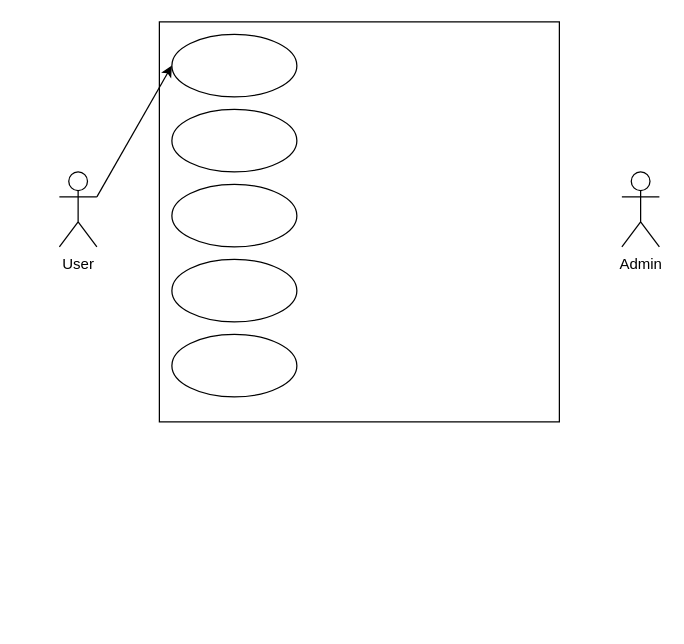
Earlier version of the draw.io diagram usecare.drawio (CaoKienHuu2004/PRO1014_MyT). Source tidied: cells renumbered, new cells numbered last; positions are measured from the earlier drawing's top-left corner, leaving out a move shared by most shapes. Both pictures are drawn from the tidied source at 125%, with x=0, y=0 at pixel (59, 21).
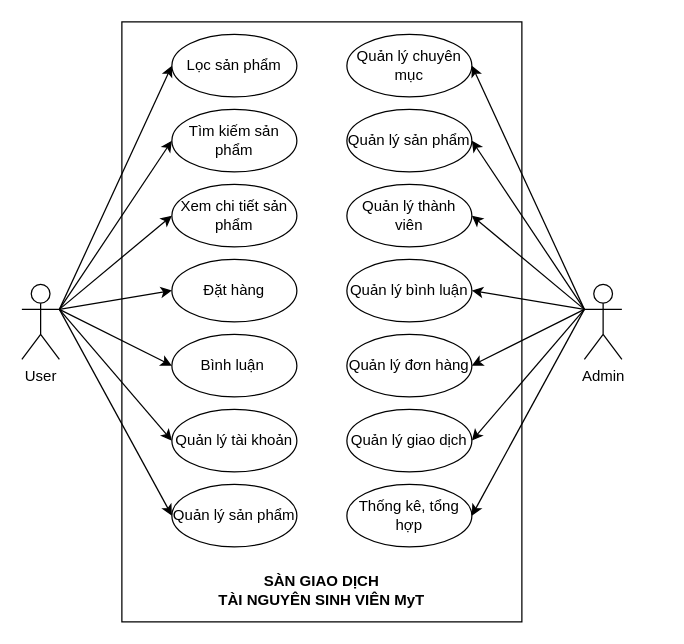
The same diagram, later.

What changed in the source:
```diff
@@
-    <mxCell id="2" style="whiteSpace=wrap;html=1;" parent="1" vertex="1">
-      <mxGeometry x="80" width="320" height="320" as="geometry" />
-    </mxCell>
-    <mxCell id="3" value="Admin" style="shape=umlActor;verticalLabelPosition=bottom;verticalAlign=top;html=1;outlineConnect=0;" parent="1" vertex="1">
-      <mxGeometry x="450" y="120" width="30" height="60" as="geometry" />
-    </mxCell>
+    <mxCell id="11" style="rounded=0;whiteSpace=wrap;html=1;" parent="1" vertex="1">
+      <mxGeometry x="50" width="320" height="480" as="geometry" />
+    </mxCell>
     <mxCell id="4" value="User" style="shape=umlActor;verticalLabelPosition=bottom;verticalAlign=top;html=1;outlineConnect=0;" parent="1" vertex="1">
-      <mxGeometry y="120" width="30" height="60" as="geometry" />
+      <mxGeometry x="-30" y="210" width="30" height="60" as="geometry" />
     </mxCell>
-    <mxCell id="5" style="ellipse;whiteSpace=wrap;html=1;" parent="1" vertex="1">
+    <mxCell id="5" value="Lọc sản phẩm" style="ellipse;whiteSpace=wrap;html=1;" parent="1" vertex="1">
       <mxGeometry x="90" y="10" width="100" height="50" as="geometry" />
     </mxCell>
-    <mxCell id="6" style="ellipse;whiteSpace=wrap;html=1;" parent="1" vertex="1">
+    <mxCell id="6" value="Tìm kiếm sản phẩm" style="ellipse;whiteSpace=wrap;html=1;" parent="1" vertex="1">
       <mxGeometry x="90" y="70" width="100" height="50" as="geometry" />
     </mxCell>
-    <mxCell id="7" style="ellipse;whiteSpace=wrap;html=1;" parent="1" vertex="1">
+    <mxCell id="7" value="Xem chi tiết sản phẩm" style="ellipse;whiteSpace=wrap;html=1;" parent="1" vertex="1">
       <mxGeometry x="90" y="130" width="100" height="50" as="geometry" />
     </mxCell>
-    <mxCell id="8" style="ellipse;whiteSpace=wrap;html=1;" parent="1" vertex="1">
+    <mxCell id="8" value="Đặt hàng" style="ellipse;whiteSpace=wrap;html=1;" parent="1" vertex="1">
       <mxGeometry x="90" y="190" width="100" height="50" as="geometry" />
     </mxCell>
-    <mxCell id="9" style="ellipse;whiteSpace=wrap;html=1;" parent="1" vertex="1">
+    <mxCell id="9" value="Bình luận&lt;span style=&quot;white-space: pre;&quot;&gt;&#9;&lt;/span&gt;" style="ellipse;whiteSpace=wrap;html=1;" parent="1" vertex="1">
       <mxGeometry x="90" y="250" width="100" height="50" as="geometry" />
     </mxCell>
@@
+    <mxCell id="12" style="endArrow=classic;html=1;rounded=0;exitX=1;exitY=0.3333333333333333;exitDx=0;exitDy=0;exitPerimeter=0;entryX=0;entryY=0.5;entryDx=0;entryDy=0;" parent="1" edge="1" source="4" target="6">
+      <mxGeometry relative="1" as="geometry" />
+    </mxCell>
+    <mxCell id="13" style="endArrow=classic;html=1;rounded=0;exitX=1;exitY=0.3333333333333333;exitDx=0;exitDy=0;exitPerimeter=0;entryX=0;entryY=0.5;entryDx=0;entryDy=0;" parent="1" edge="1" source="4" target="7">
+      <mxGeometry relative="1" as="geometry" />
+    </mxCell>
+    <mxCell id="14" style="endArrow=classic;html=1;rounded=0;exitX=1;exitY=0.3333333333333333;exitDx=0;exitDy=0;exitPerimeter=0;entryX=0;entryY=0.5;entryDx=0;entryDy=0;" parent="1" edge="1" source="4" target="8">
+      <mxGeometry relative="1" as="geometry" />
+    </mxCell>
+    <mxCell id="15" style="endArrow=classic;html=1;rounded=0;exitX=1;exitY=0.3333333333333333;exitDx=0;exitDy=0;exitPerimeter=0;entryX=0;entryY=0.5;entryDx=0;entryDy=0;" parent="1" edge="1" source="4" target="9">
+      <mxGeometry relative="1" as="geometry" />
+    </mxCell>
+    <mxCell id="16" value="Quản lý tài khoản" style="ellipse;whiteSpace=wrap;html=1;" parent="1" vertex="1">
+      <mxGeometry x="90" y="310" width="100" height="50" as="geometry" />
+    </mxCell>
+    <mxCell id="17" style="endArrow=classic;html=1;rounded=0;exitX=1;exitY=0.3333333333333333;exitDx=0;exitDy=0;exitPerimeter=0;entryX=0;entryY=0.5;entryDx=0;entryDy=0;" parent="1" edge="1" source="4" target="16">
+      <mxGeometry relative="1" as="geometry" />
+    </mxCell>
+    <mxCell id="18" value="Quản lý sản phẩm" style="ellipse;whiteSpace=wrap;html=1;" parent="1" vertex="1">
+      <mxGeometry x="90" y="370" width="100" height="50" as="geometry" />
+    </mxCell>
+    <mxCell id="19" style="endArrow=classic;html=1;rounded=0;exitX=1;exitY=0.3333333333333333;exitDx=0;exitDy=0;exitPerimeter=0;entryX=0;entryY=0.5;entryDx=0;entryDy=0;" parent="1" edge="1" source="4" target="18">
+      <mxGeometry relative="1" as="geometry" />
+    </mxCell>
+    <mxCell id="3" value="Admin" style="shape=umlActor;verticalLabelPosition=bottom;verticalAlign=top;html=1;outlineConnect=0;" parent="1" vertex="1">
+      <mxGeometry x="420" y="210" width="30" height="60" as="geometry" />
+    </mxCell>
+    <mxCell id="20" value="Quản lý chuyên mục" style="ellipse;whiteSpace=wrap;html=1;" parent="1" vertex="1">
+      <mxGeometry x="230" y="10" width="100" height="50" as="geometry" />
+    </mxCell>
+    <mxCell id="21" value="Quản lý sản phẩm" style="ellipse;whiteSpace=wrap;html=1;" parent="1" vertex="1">
+      <mxGeometry x="230" y="70" width="100" height="50" as="geometry" />
+    </mxCell>
+    <mxCell id="22" value="Quản lý thành viên" style="ellipse;whiteSpace=wrap;html=1;" parent="1" vertex="1">
+      <mxGeometry x="230" y="130" width="100" height="50" as="geometry" />
+    </mxCell>
+    <mxCell id="23" value="Quản lý bình luận" style="ellipse;whiteSpace=wrap;html=1;" parent="1" vertex="1">
+      <mxGeometry x="230" y="190" width="100" height="50" as="geometry" />
+    </mxCell>
+    <mxCell id="24" value="Quản lý đơn hàng" style="ellipse;whiteSpace=wrap;html=1;" parent="1" vertex="1">
+      <mxGeometry x="230" y="250" width="100" height="50" as="geometry" />
+    </mxCell>
+    <mxCell id="25" style="endArrow=classic;html=1;rounded=0;exitX=0;exitY=0.3333333333333333;exitDx=0;exitDy=0;exitPerimeter=0;entryX=1;entryY=0.5;entryDx=0;entryDy=0;" parent="1" edge="1" source="3" target="20">
+      <mxGeometry relative="1" as="geometry" />
+    </mxCell>
+    <mxCell id="26" style="endArrow=classic;html=1;rounded=0;entryX=1;entryY=0.5;entryDx=0;entryDy=0;exitX=0;exitY=0.3333333333333333;exitDx=0;exitDy=0;exitPerimeter=0;" parent="1" edge="1" source="3" target="21">
+      <mxGeometry relative="1" as="geometry" />
+    </mxCell>
+    <mxCell id="27" style="endArrow=classic;html=1;rounded=0;entryX=1;entryY=0.5;entryDx=0;entryDy=0;exitX=0;exitY=0.3333333333333333;exitDx=0;exitDy=0;exitPerimeter=0;" parent="1" edge="1" source="3" target="22">
+      <mxGeometry relative="1" as="geometry" />
+    </mxCell>
+    <mxCell id="28" style="endArrow=classic;html=1;rounded=0;exitX=0;exitY=0.3333333333333333;exitDx=0;exitDy=0;exitPerimeter=0;entryX=1;entryY=0.5;entryDx=0;entryDy=0;" parent="1" edge="1" source="3" target="23">
+      <mxGeometry relative="1" as="geometry" />
+    </mxCell>
+    <mxCell id="29" style="endArrow=classic;html=1;rounded=0;entryX=1;entryY=0.5;entryDx=0;entryDy=0;exitX=0;exitY=0.3333333333333333;exitDx=0;exitDy=0;exitPerimeter=0;" parent="1" edge="1" source="3" target="24">
+      <mxGeometry relative="1" as="geometry" />
+    </mxCell>
+    <mxCell id="30" value="Quản lý giao dịch" style="ellipse;whiteSpace=wrap;html=1;" parent="1" vertex="1">
+      <mxGeometry x="230" y="310" width="100" height="50" as="geometry" />
+    </mxCell>
+    <mxCell id="31" style="endArrow=classic;html=1;rounded=0;exitX=0;exitY=0.3333333333333333;exitDx=0;exitDy=0;exitPerimeter=0;entryX=1;entryY=0.5;entryDx=0;entryDy=0;" parent="1" edge="1" source="3" target="30">
+      <mxGeometry relative="1" as="geometry" />
+    </mxCell>
+    <mxCell id="32" value="Thống kê, tổng hợp" style="ellipse;whiteSpace=wrap;html=1;" parent="1" vertex="1">
+      <mxGeometry x="230" y="370" width="100" height="50" as="geometry" />
+    </mxCell>
+    <mxCell id="33" style="endArrow=classic;html=1;rounded=0;exitX=0;exitY=0.3333333333333333;exitDx=0;exitDy=0;exitPerimeter=0;entryX=1;entryY=0.5;entryDx=0;entryDy=0;" parent="1" edge="1" source="3" target="32">
+      <mxGeometry relative="1" as="geometry" />
+    </mxCell>
+    <mxCell id="34" value="&lt;b&gt;SÀN GIAO DỊCH &lt;br&gt;TÀI NGUYÊN SINH VIÊN MyT&lt;/b&gt;" style="text;html=1;strokeColor=none;fillColor=none;align=center;verticalAlign=middle;whiteSpace=wrap;rounded=0;" parent="1" vertex="1">
+      <mxGeometry x="125" y="440" width="170" height="30" as="geometry" />
+    </mxCell>
```
